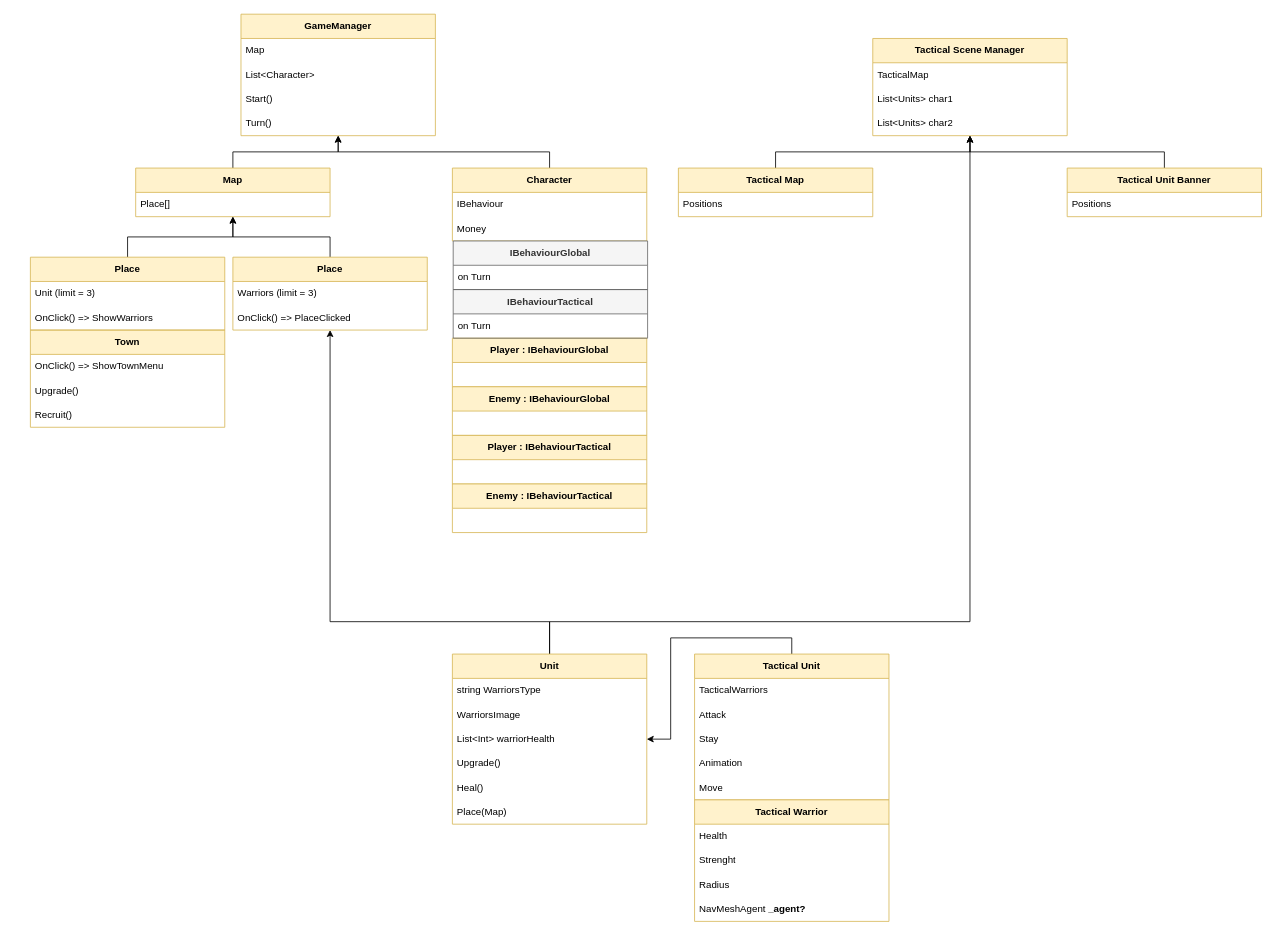
The draw.io diagram Prototype.drawio in Nicko666/Totally-Warriors, before the edit. Source tidied: cells renumbered, new cells numbered last; positions are measured from the earlier drawing's top-left corner, leaving out a move shared by most shapes. Both pictures are drawn from the tidied source at 81%, with x=0, y=0 at pixel (30, 14).
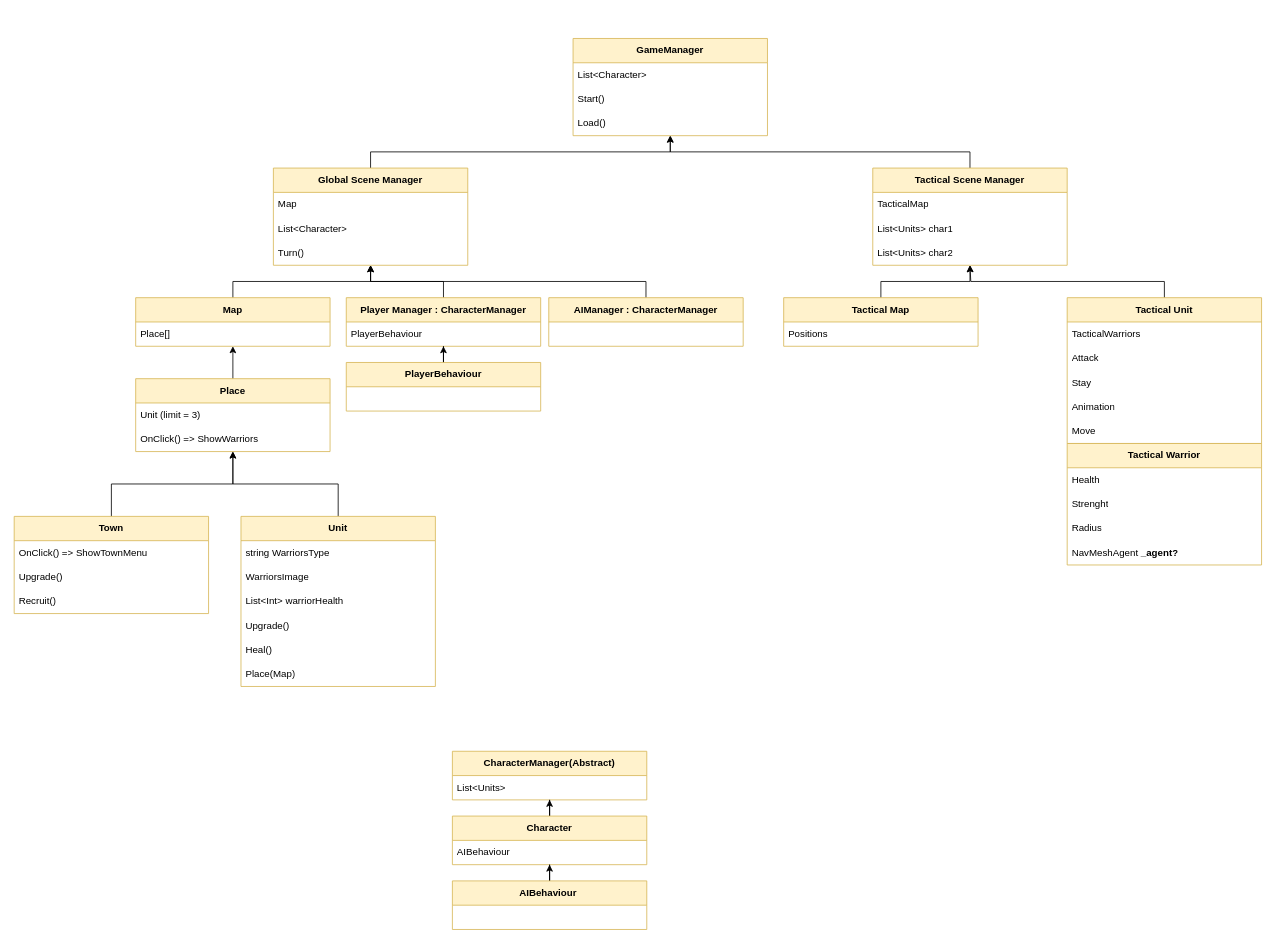
The same diagram, later.

Diff of the diagram source:
```diff
@@
-    <mxCell id="2" style="edgeStyle=orthogonalEdgeStyle;rounded=0;jettySize=auto;html=1;exitX=0.5;exitY=0;exitDx=0;exitDy=0;" parent="1" edge="1" source="4" target="44">
-      <mxGeometry relative="1" as="geometry">
-        <Array as="points">
-          <mxPoint x="641" y="750" />
-          <mxPoint x="370" y="750" />
-        </Array>
-      </mxGeometry>
-    </mxCell>
-    <mxCell id="3" style="edgeStyle=orthogonalEdgeStyle;rounded=0;jettySize=auto;html=1;" parent="1" edge="1" source="4" target="47">
-      <mxGeometry relative="1" as="geometry">
-        <Array as="points">
-          <mxPoint x="641" y="750" />
-          <mxPoint x="1160" y="750" />
-        </Array>
-      </mxGeometry>
-    </mxCell>
+    <mxCell id="69" style="edgeStyle=orthogonalEdgeStyle;rounded=0;jettySize=auto;html=1;" parent="1" edge="1" source="4" target="34">
+      <mxGeometry relative="1" as="geometry" />
+    </mxCell>
     <mxCell id="4" value="&lt;b&gt;Unit&lt;/b&gt;" style="swimlane;fontStyle=0;horizontal=1;startSize=30;whiteSpace=wrap;html=1;fillColor=#fff2cc;strokeColor=#d6b656;" parent="1" vertex="1">
-      <mxGeometry x="521" y="790" width="240" height="210" as="geometry" />
+      <mxGeometry x="260" y="620" width="240" height="210" as="geometry" />
     </mxCell>
@@
+    <mxCell id="70" style="edgeStyle=orthogonalEdgeStyle;rounded=0;jettySize=auto;html=1;" parent="1" edge="1" source="11" target="77">
+      <mxGeometry relative="1" as="geometry">
+        <Array as="points">
+          <mxPoint x="420" y="170" />
+          <mxPoint x="790" y="170" />
+        </Array>
+      </mxGeometry>
+    </mxCell>
-    <mxCell id="11" value="&lt;b&gt;GameManager&lt;/b&gt;" style="swimlane;fontStyle=0;horizontal=1;startSize=30;whiteSpace=wrap;html=1;fillColor=#fff2cc;strokeColor=#d6b656;" parent="1" vertex="1">
-      <mxGeometry x="260" width="240" height="150" as="geometry" />
+    <mxCell id="11" value="&lt;b style=&quot;border-color: var(--border-color);&quot;&gt;Global Scene Manager&lt;/b&gt;" style="swimlane;fontStyle=0;horizontal=1;startSize=30;whiteSpace=wrap;html=1;fillColor=#fff2cc;strokeColor=#d6b656;" parent="1" vertex="1">
+      <mxGeometry x="300" y="190" width="240" height="120" as="geometry" />
     </mxCell>
@@
-    <mxCell id="14" value="Start()" style="text;strokeColor=none;fillColor=none;align=left;verticalAlign=middle;spacingLeft=4;spacingRight=4;overflow=hidden;whiteSpace=wrap;html=1;" parent="11" vertex="1">
-      <mxGeometry y="90" width="240" height="30" as="geometry" />
-    </mxCell>
     <mxCell id="15" value="Turn()" style="text;strokeColor=none;fillColor=none;align=left;verticalAlign=middle;spacingLeft=4;spacingRight=4;overflow=hidden;whiteSpace=wrap;html=1;" parent="11" vertex="1">
-      <mxGeometry y="120" width="240" height="30" as="geometry" />
+      <mxGeometry y="90" width="240" height="30" as="geometry" />
     </mxCell>
-    <mxCell id="16" style="edgeStyle=orthogonalEdgeStyle;rounded=0;jettySize=auto;html=1;exitX=0.5;exitY=0;exitDx=0;exitDy=0;" parent="1" edge="1" source="17" target="11">
-      <mxGeometry relative="1" as="geometry" />
-    </mxCell>
-    <mxCell id="17" value="&lt;b&gt;Character&lt;/b&gt;" style="swimlane;fontStyle=0;horizontal=1;startSize=30;whiteSpace=wrap;html=1;fillColor=#fff2cc;strokeColor=#d6b656;" parent="1" vertex="1">
-      <mxGeometry x="521" y="190" width="240" height="90" as="geometry" />
-    </mxCell>
-    <mxCell id="18" value="IBehaviour&amp;nbsp;" style="text;strokeColor=none;fillColor=none;align=left;verticalAlign=middle;spacingLeft=4;spacingRight=4;overflow=hidden;whiteSpace=wrap;html=1;" parent="17" vertex="1">
-      <mxGeometry y="30" width="240" height="30" as="geometry" />
-    </mxCell>
-    <mxCell id="19" value="Money" style="text;strokeColor=none;fillColor=none;align=left;verticalAlign=middle;spacingLeft=4;spacingRight=4;overflow=hidden;whiteSpace=wrap;html=1;" parent="17" vertex="1">
-      <mxGeometry y="60" width="240" height="30" as="geometry" />
-    </mxCell>
+    <mxCell id="71" style="edgeStyle=orthogonalEdgeStyle;rounded=0;jettySize=auto;html=1;" parent="1" edge="1" source="20" target="11">
+      <mxGeometry relative="1" as="geometry" />
+    </mxCell>
-    <mxCell id="20" value="&lt;b&gt;Player :&amp;nbsp;&lt;/b&gt;&lt;b style=&quot;border-color: var(--border-color);&quot;&gt;IBehaviourGlobal&lt;/b&gt;" style="swimlane;fontStyle=0;horizontal=1;startSize=30;whiteSpace=wrap;html=1;fillColor=#fff2cc;strokeColor=#d6b656;" parent="1" vertex="1">
-      <mxGeometry x="521" y="400" width="240" height="60" as="geometry" />
+    <mxCell id="20" value="&lt;b&gt;Player Manager : CharacterManager&lt;/b&gt;" style="swimlane;fontStyle=0;horizontal=1;startSize=30;whiteSpace=wrap;html=1;fillColor=#fff2cc;strokeColor=#d6b656;" parent="1" vertex="1">
+      <mxGeometry x="390" y="350" width="240" height="60" as="geometry" />
     </mxCell>
-    <mxCell id="21" value="&amp;nbsp;" style="text;strokeColor=none;fillColor=none;align=left;verticalAlign=middle;spacingLeft=4;spacingRight=4;overflow=hidden;whiteSpace=wrap;html=1;" parent="20" vertex="1">
+    <mxCell id="21" value="&lt;span style=&quot;border-color: var(--border-color); text-align: center;&quot;&gt;PlayerBehaviour&lt;/span&gt;" style="text;strokeColor=none;fillColor=none;align=left;verticalAlign=middle;spacingLeft=4;spacingRight=4;overflow=hidden;whiteSpace=wrap;html=1;" parent="20" vertex="1">
       <mxGeometry y="30" width="240" height="30" as="geometry" />
     </mxCell>
+    <mxCell id="72" style="edgeStyle=orthogonalEdgeStyle;rounded=0;jettySize=auto;html=1;" parent="1" edge="1" source="22" target="11">
+      <mxGeometry relative="1" as="geometry">
+        <Array as="points">
+          <mxPoint x="760" y="330" />
+          <mxPoint x="420" y="330" />
+        </Array>
+      </mxGeometry>
+    </mxCell>
-    <mxCell id="22" value="&lt;b&gt;Enemy :&amp;nbsp;&lt;/b&gt;&lt;b style=&quot;border-color: var(--border-color);&quot;&gt;IBehaviour&lt;/b&gt;&lt;b style=&quot;border-color: var(--border-color);&quot;&gt;Global&lt;/b&gt;" style="swimlane;fontStyle=0;horizontal=1;startSize=30;whiteSpace=wrap;html=1;fillColor=#fff2cc;strokeColor=#d6b656;" parent="1" vertex="1">
-      <mxGeometry x="521" y="460" width="240" height="60" as="geometry" />
+    <mxCell id="22" value="&lt;b&gt;AIManager :&amp;nbsp;CharacterManager&lt;/b&gt;" style="swimlane;fontStyle=0;horizontal=1;startSize=30;whiteSpace=wrap;html=1;fillColor=#fff2cc;strokeColor=#d6b656;" parent="1" vertex="1">
+      <mxGeometry x="640" y="350" width="240" height="60" as="geometry" />
     </mxCell>
@@
-    <mxCell id="24" value="&lt;b&gt;IBehaviourTactical&lt;br&gt;&lt;/b&gt;" style="swimlane;fontStyle=0;horizontal=1;startSize=30;whiteSpace=wrap;html=1;fillColor=#f5f5f5;strokeColor=#666666;fontColor=#333333;" parent="1" vertex="1">
-      <mxGeometry x="522" y="340" width="240" height="60" as="geometry" />
-    </mxCell>
-    <mxCell id="25" value="on Turn" style="text;strokeColor=none;fillColor=none;align=left;verticalAlign=middle;spacingLeft=4;spacingRight=4;overflow=hidden;whiteSpace=wrap;html=1;" parent="24" vertex="1">
-      <mxGeometry y="30" width="240" height="30" as="geometry" />
-    </mxCell>
@@
     <mxCell id="27" value="&lt;b&gt;Map&lt;/b&gt;" style="swimlane;fontStyle=0;horizontal=1;startSize=30;whiteSpace=wrap;html=1;fillColor=#fff2cc;strokeColor=#d6b656;" parent="1" vertex="1">
-      <mxGeometry x="130" y="190" width="240" height="60" as="geometry" />
+      <mxGeometry x="130" y="350" width="240" height="60" as="geometry" />
     </mxCell>
@@
+    <mxCell id="73" style="edgeStyle=orthogonalEdgeStyle;rounded=0;jettySize=auto;html=1;" parent="1" edge="1" source="29" target="34">
+      <mxGeometry relative="1" as="geometry" />
+    </mxCell>
     <mxCell id="29" value="&lt;b&gt;Town&lt;/b&gt;" style="swimlane;fontStyle=0;horizontal=1;startSize=30;whiteSpace=wrap;html=1;fillColor=#fff2cc;strokeColor=#d6b656;" parent="1" vertex="1">
-      <mxGeometry y="390" width="240" height="120" as="geometry" />
+      <mxGeometry x="-20" y="620" width="240" height="120" as="geometry" />
     </mxCell>
@@
     <mxCell id="34" value="&lt;b&gt;Place&lt;/b&gt;" style="swimlane;fontStyle=0;horizontal=1;startSize=30;whiteSpace=wrap;html=1;fillColor=#fff2cc;strokeColor=#d6b656;" parent="1" vertex="1">
-      <mxGeometry y="300" width="240" height="90" as="geometry" />
+      <mxGeometry x="130" y="450" width="240" height="90" as="geometry" />
     </mxCell>
@@
-    <mxCell id="37" value="&lt;b&gt;IBehaviour&lt;/b&gt;&lt;b style=&quot;border-color: var(--border-color);&quot;&gt;Global&lt;/b&gt;" style="swimlane;fontStyle=0;horizontal=1;startSize=30;whiteSpace=wrap;html=1;fillColor=#f5f5f5;strokeColor=#666666;fontColor=#333333;" parent="1" vertex="1">
-      <mxGeometry x="522" y="280" width="240" height="60" as="geometry" />
-    </mxCell>
-    <mxCell id="38" value="on Turn" style="text;strokeColor=none;fillColor=none;align=left;verticalAlign=middle;spacingLeft=4;spacingRight=4;overflow=hidden;whiteSpace=wrap;html=1;" parent="37" vertex="1">
-      <mxGeometry y="30" width="240" height="30" as="geometry" />
-    </mxCell>
-    <mxCell id="39" value="&lt;b&gt;Player :&amp;nbsp;&lt;/b&gt;&lt;b style=&quot;border-color: var(--border-color);&quot;&gt;IBehaviourTactical&lt;/b&gt;" style="swimlane;fontStyle=0;horizontal=1;startSize=30;whiteSpace=wrap;html=1;fillColor=#fff2cc;strokeColor=#d6b656;" parent="1" vertex="1">
-      <mxGeometry x="521" y="520" width="240" height="60" as="geometry" />
+    <mxCell id="39" value="&lt;b&gt;CharacterManager(Abstract)&lt;/b&gt;" style="swimlane;fontStyle=0;horizontal=1;startSize=30;whiteSpace=wrap;html=1;fillColor=#fff2cc;strokeColor=#d6b656;" parent="1" vertex="1">
+      <mxGeometry x="521" y="910" width="240" height="60" as="geometry" />
     </mxCell>
-    <mxCell id="40" value="&amp;nbsp;" style="text;strokeColor=none;fillColor=none;align=left;verticalAlign=middle;spacingLeft=4;spacingRight=4;overflow=hidden;whiteSpace=wrap;html=1;" parent="39" vertex="1">
+    <mxCell id="40" value="List&amp;lt;Units&amp;gt;" style="text;strokeColor=none;fillColor=none;align=left;verticalAlign=middle;spacingLeft=4;spacingRight=4;overflow=hidden;whiteSpace=wrap;html=1;" parent="39" vertex="1">
       <mxGeometry y="30" width="240" height="30" as="geometry" />
     </mxCell>
+    <mxCell id="74" style="edgeStyle=orthogonalEdgeStyle;rounded=0;jettySize=auto;html=1;" parent="1" edge="1" source="41" target="20">
+      <mxGeometry relative="1" as="geometry" />
+    </mxCell>
-    <mxCell id="41" value="&lt;b&gt;Enemy :&amp;nbsp;&lt;/b&gt;&lt;b style=&quot;border-color: var(--border-color);&quot;&gt;IBehaviour&lt;/b&gt;&lt;b style=&quot;border-color: var(--border-color);&quot;&gt;Tactical&lt;/b&gt;" style="swimlane;fontStyle=0;horizontal=1;startSize=30;whiteSpace=wrap;html=1;fillColor=#fff2cc;strokeColor=#d6b656;" parent="1" vertex="1">
-      <mxGeometry x="521" y="580" width="240" height="60" as="geometry" />
+    <mxCell id="41" value="&lt;b&gt;PlayerBehaviour&lt;/b&gt;" style="swimlane;fontStyle=0;horizontal=1;startSize=30;whiteSpace=wrap;html=1;fillColor=#fff2cc;strokeColor=#d6b656;" parent="1" vertex="1">
+      <mxGeometry x="390" y="430" width="240" height="60" as="geometry" />
     </mxCell>
@@
-    <mxCell id="43" style="edgeStyle=orthogonalEdgeStyle;rounded=0;jettySize=auto;html=1;" parent="1" edge="1" source="44" target="27">
-      <mxGeometry relative="1" as="geometry" />
-    </mxCell>
-    <mxCell id="44" value="&lt;b&gt;Place&lt;/b&gt;" style="swimlane;fontStyle=0;horizontal=1;startSize=30;whiteSpace=wrap;html=1;fillColor=#fff2cc;strokeColor=#d6b656;" parent="1" vertex="1">
-      <mxGeometry x="250" y="300" width="240" height="90" as="geometry" />
-    </mxCell>
-    <mxCell id="45" value="Warriors (limit = 3)" style="text;strokeColor=none;fillColor=none;align=left;verticalAlign=middle;spacingLeft=4;spacingRight=4;overflow=hidden;whiteSpace=wrap;html=1;" parent="44" vertex="1">
-      <mxGeometry y="30" width="240" height="30" as="geometry" />
-    </mxCell>
-    <mxCell id="46" value="OnClick() =&amp;gt; PlaceClicked" style="text;strokeColor=none;fillColor=none;align=left;verticalAlign=middle;spacingLeft=4;spacingRight=4;overflow=hidden;whiteSpace=wrap;html=1;" parent="44" vertex="1">
-      <mxGeometry y="60" width="240" height="30" as="geometry" />
-    </mxCell>
+    <mxCell id="75" style="edgeStyle=orthogonalEdgeStyle;rounded=0;jettySize=auto;html=1;" parent="1" edge="1" source="47" target="77">
+      <mxGeometry relative="1" as="geometry">
+        <Array as="points">
+          <mxPoint x="1160" y="170" />
+          <mxPoint x="790" y="170" />
+        </Array>
+      </mxGeometry>
+    </mxCell>
     <mxCell id="47" value="&lt;b&gt;Tactical Scene Manager&lt;/b&gt;" style="swimlane;fontStyle=0;horizontal=1;startSize=30;whiteSpace=wrap;html=1;fillColor=#fff2cc;strokeColor=#d6b656;" parent="1" vertex="1">
-      <mxGeometry x="1040" y="30" width="240" height="120" as="geometry" />
+      <mxGeometry x="1040" y="190" width="240" height="120" as="geometry" />
     </mxCell>
@@
     <mxCell id="52" value="&lt;b&gt;Tactical Map&lt;/b&gt;" style="swimlane;fontStyle=0;horizontal=1;startSize=30;whiteSpace=wrap;html=1;fillColor=#fff2cc;strokeColor=#d6b656;" parent="1" vertex="1">
-      <mxGeometry x="800" y="190" width="240" height="60" as="geometry" />
+      <mxGeometry x="930" y="350" width="240" height="60" as="geometry" />
     </mxCell>
@@
-    <mxCell id="54" style="edgeStyle=orthogonalEdgeStyle;rounded=0;jettySize=auto;html=1;exitX=0.5;exitY=0;exitDx=0;exitDy=0;exitPerimeter=0;" parent="1" edge="1" source="55" target="4">
-      <mxGeometry relative="1" as="geometry" />
-    </mxCell>
+    <mxCell id="76" style="edgeStyle=orthogonalEdgeStyle;rounded=0;jettySize=auto;html=1;" parent="1" edge="1" source="55">
+      <mxGeometry relative="1" as="geometry">
+        <mxPoint x="1160" y="310" as="targetPoint" />
+        <Array as="points">
+          <mxPoint x="1400" y="330" />
+          <mxPoint x="1161" y="330" />
+        </Array>
+      </mxGeometry>
+    </mxCell>
     <mxCell id="55" value="&lt;b&gt;Tactical Unit&lt;/b&gt;" style="swimlane;fontStyle=0;horizontal=1;startSize=30;whiteSpace=wrap;html=1;fillColor=#fff2cc;strokeColor=#d6b656;" parent="1" vertex="1">
-      <mxGeometry x="820" y="790" width="240" height="180" as="geometry" />
+      <mxGeometry x="1280" y="350" width="240" height="180" as="geometry" />
     </mxCell>
@@
-    <mxCell id="61" style="edgeStyle=orthogonalEdgeStyle;rounded=0;jettySize=auto;html=1;exitX=0.5;exitY=0;exitDx=0;exitDy=0;" parent="1" edge="1" source="62" target="47">
-      <mxGeometry relative="1" as="geometry">
-        <Array as="points">
-          <mxPoint x="1400" y="170" />
-          <mxPoint x="1160" y="170" />
-        </Array>
-      </mxGeometry>
-    </mxCell>
-    <mxCell id="62" value="&lt;b style=&quot;border-color: var(--border-color);&quot;&gt;Tactical&amp;nbsp;&lt;/b&gt;&lt;b&gt;Unit Banner&lt;/b&gt;" style="swimlane;fontStyle=0;horizontal=1;startSize=30;whiteSpace=wrap;html=1;fillColor=#fff2cc;strokeColor=#d6b656;" parent="1" vertex="1">
-      <mxGeometry x="1280" y="190" width="240" height="60" as="geometry" />
-    </mxCell>
-    <mxCell id="63" value="Positions" style="text;strokeColor=none;fillColor=none;align=left;verticalAlign=middle;spacingLeft=4;spacingRight=4;overflow=hidden;whiteSpace=wrap;html=1;" parent="62" vertex="1">
-      <mxGeometry y="30" width="240" height="30" as="geometry" />
-    </mxCell>
     <mxCell id="64" value="&lt;b&gt;Tactical Warrior&lt;/b&gt;" style="swimlane;fontStyle=0;horizontal=1;startSize=30;whiteSpace=wrap;html=1;fillColor=#fff2cc;strokeColor=#d6b656;" parent="1" vertex="1">
-      <mxGeometry x="820" y="970" width="240" height="150" as="geometry" />
+      <mxGeometry x="1280" y="530" width="240" height="150" as="geometry" />
     </mxCell>
@@
+    <mxCell id="77" value="&lt;b&gt;GameManager&lt;/b&gt;" style="swimlane;fontStyle=0;horizontal=1;startSize=30;whiteSpace=wrap;html=1;fillColor=#fff2cc;strokeColor=#d6b656;" parent="1" vertex="1">
+      <mxGeometry x="670" y="30" width="240" height="120" as="geometry" />
+    </mxCell>
+    <mxCell id="78" value="List&amp;lt;Character&amp;gt;" style="text;strokeColor=none;fillColor=none;align=left;verticalAlign=middle;spacingLeft=4;spacingRight=4;overflow=hidden;whiteSpace=wrap;html=1;" parent="77" vertex="1">
+      <mxGeometry y="30" width="240" height="30" as="geometry" />
+    </mxCell>
+    <mxCell id="14" value="Start()" style="text;strokeColor=none;fillColor=none;align=left;verticalAlign=middle;spacingLeft=4;spacingRight=4;overflow=hidden;whiteSpace=wrap;html=1;" parent="77" vertex="1">
+      <mxGeometry y="60" width="240" height="30" as="geometry" />
+    </mxCell>
+    <mxCell id="79" value="Load()" style="text;strokeColor=none;fillColor=none;align=left;verticalAlign=middle;spacingLeft=4;spacingRight=4;overflow=hidden;whiteSpace=wrap;html=1;" parent="77" vertex="1">
+      <mxGeometry y="90" width="240" height="30" as="geometry" />
+    </mxCell>
+    <mxCell id="80" style="edgeStyle=orthogonalEdgeStyle;rounded=0;jettySize=auto;html=1;" parent="1" edge="1" source="17" target="39">
+      <mxGeometry relative="1" as="geometry" />
+    </mxCell>
+    <mxCell id="17" value="&lt;b&gt;Character&lt;/b&gt;" style="swimlane;fontStyle=0;horizontal=1;startSize=30;whiteSpace=wrap;html=1;fillColor=#fff2cc;strokeColor=#d6b656;" parent="1" vertex="1">
+      <mxGeometry x="521" y="990" width="240" height="60" as="geometry" />
+    </mxCell>
+    <mxCell id="81" value="AIBehaviour&amp;nbsp;" style="text;strokeColor=none;fillColor=none;align=left;verticalAlign=middle;spacingLeft=4;spacingRight=4;overflow=hidden;whiteSpace=wrap;html=1;" parent="17" vertex="1">
+      <mxGeometry y="30" width="240" height="30" as="geometry" />
+    </mxCell>
+    <mxCell id="82" style="edgeStyle=orthogonalEdgeStyle;rounded=0;jettySize=auto;html=1;" parent="1" edge="1" source="83" target="17">
+      <mxGeometry relative="1" as="geometry" />
+    </mxCell>
+    <mxCell id="83" value="&lt;b&gt;AIBehaviour&amp;nbsp;&lt;/b&gt;" style="swimlane;fontStyle=0;horizontal=1;startSize=30;whiteSpace=wrap;html=1;fillColor=#fff2cc;strokeColor=#d6b656;" parent="1" vertex="1">
+      <mxGeometry x="521" y="1070" width="240" height="60" as="geometry" />
+    </mxCell>
```
